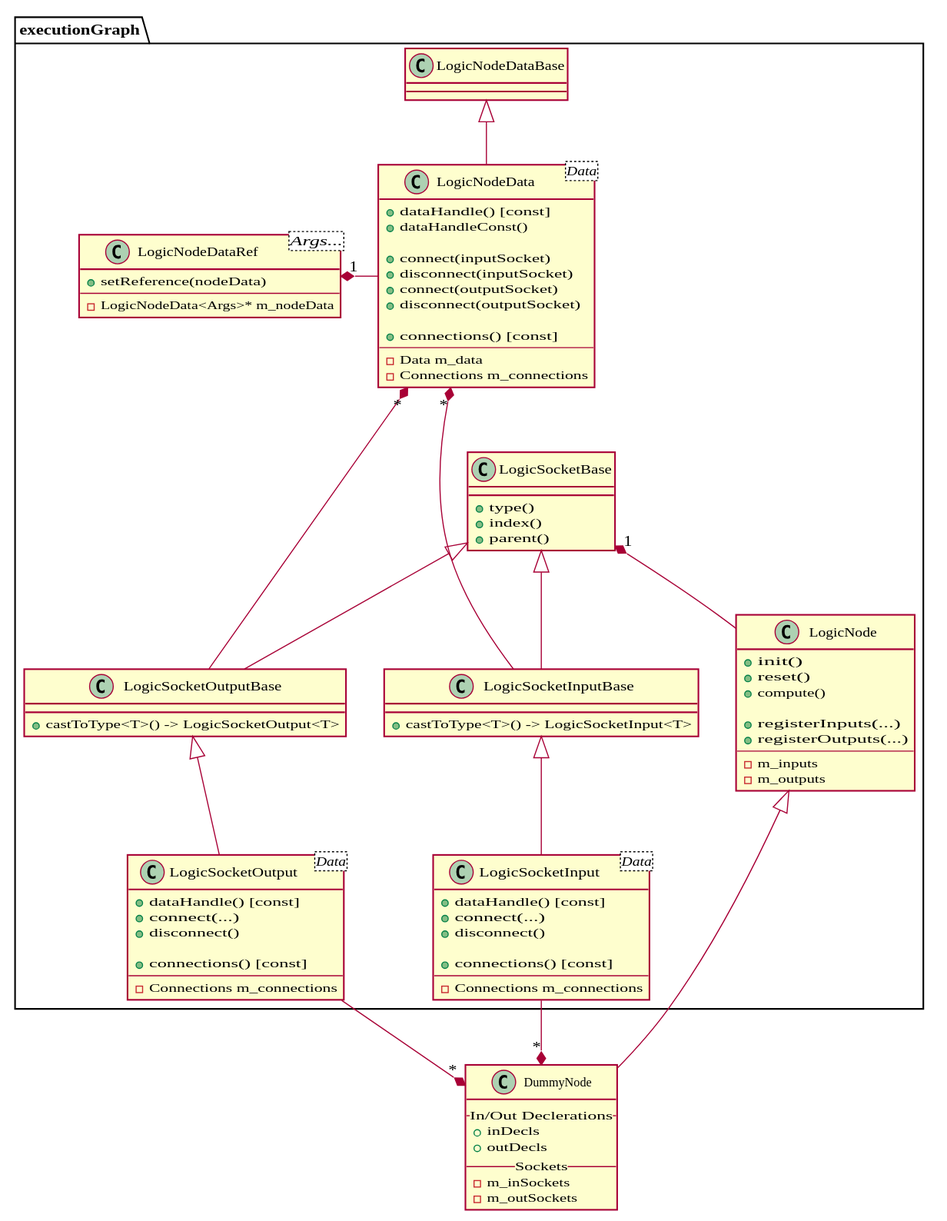
This is docs/design/core.svg from gabyx/ExecutionGraph, a PlantUML export, as it was before one commit. Its diagram source:
```plantuml
@startuml core
set namespaceSeparator ::
skinparam shadowing false
skinparam defaultFontName "Fira Code"

class DummyNode{
    --  In/Out Declerations --
    + inDecls
    + outDecls
    -- Sockets --
    - m_inSockets
    - m_outSockets
}

namespace executionGraph{

    class LogicNode{
        + init()
        + reset()
        + compute()

        + registerInputs(...)
        + registerOutputs(...)
        --
        - m_inputs
        - m_outputs
    }

    class LogicSocketInput<Data> {
        + dataHandle() [const]
        + connect(...)
        + disconnect()

        + connections() [const]
        --
        - Connections m_connections
    }

    class LogicSocketOutput<Data> {
        + dataHandle() [const]
        + connect(...)
        + disconnect()

        + connections() [const]
        --
        - Connections m_connections
    }

    class LogicSocketBase {
        + type()
        + index()
        + parent()
    }

    class LogicSocketInputBase {
        + castToType<T>() -> LogicSocketInput<T>
    }

    class LogicSocketOutputBase {
        + castToType<T>() -> LogicSocketOutput<T>
    }

    class LogicNodeData<Data>{
        + dataHandle() [const]
        + dataHandleConst()

        + connect(inputSocket)
        + disconnect(inputSocket)
        + connect(outputSocket)
        + disconnect(outputSocket)

        + connections() [const]
        --
        - Data m_data
        - Connections m_connections
    }

    class LogicNodeDataRef<Args...>{
        + setReference(nodeData)
        --
        - LogicNodeData<Args>* m_nodeData
    }

    class LogicNodeDataBase{

    }
}

DummyNode -up-|> executionGraph::LogicNode

executionGraph::LogicSocketInput -up-|> executionGraph::LogicSocketInputBase
executionGraph::LogicSocketOutput -up-|> executionGraph::LogicSocketOutputBase

executionGraph::LogicSocketInputBase -up-|> executionGraph::LogicSocketBase
executionGraph::LogicSocketOutputBase -up-|> executionGraph::LogicSocketBase
executionGraph::LogicSocketBase -[hidden]-> executionGraph::LogicNodeData
executionGraph::LogicSocketBase -up[hidden]-> executionGraph::LogicNodeData


DummyNode "*" *-up- executionGraph::LogicSocketInput
DummyNode "*" *-up- executionGraph::LogicSocketOutput

executionGraph::LogicSocketBase "1" *-down- executionGraph::LogicNode

executionGraph::LogicNodeData -up-|>  executionGraph::LogicNodeDataBase

executionGraph::LogicNodeData "*" *-down- executionGraph::LogicSocketInputBase
executionGraph::LogicNodeData "*" *-down- executionGraph::LogicSocketOutputBase

executionGraph::LogicNodeData -right-* "1" executionGraph::LogicNodeDataRef

@enduml
```
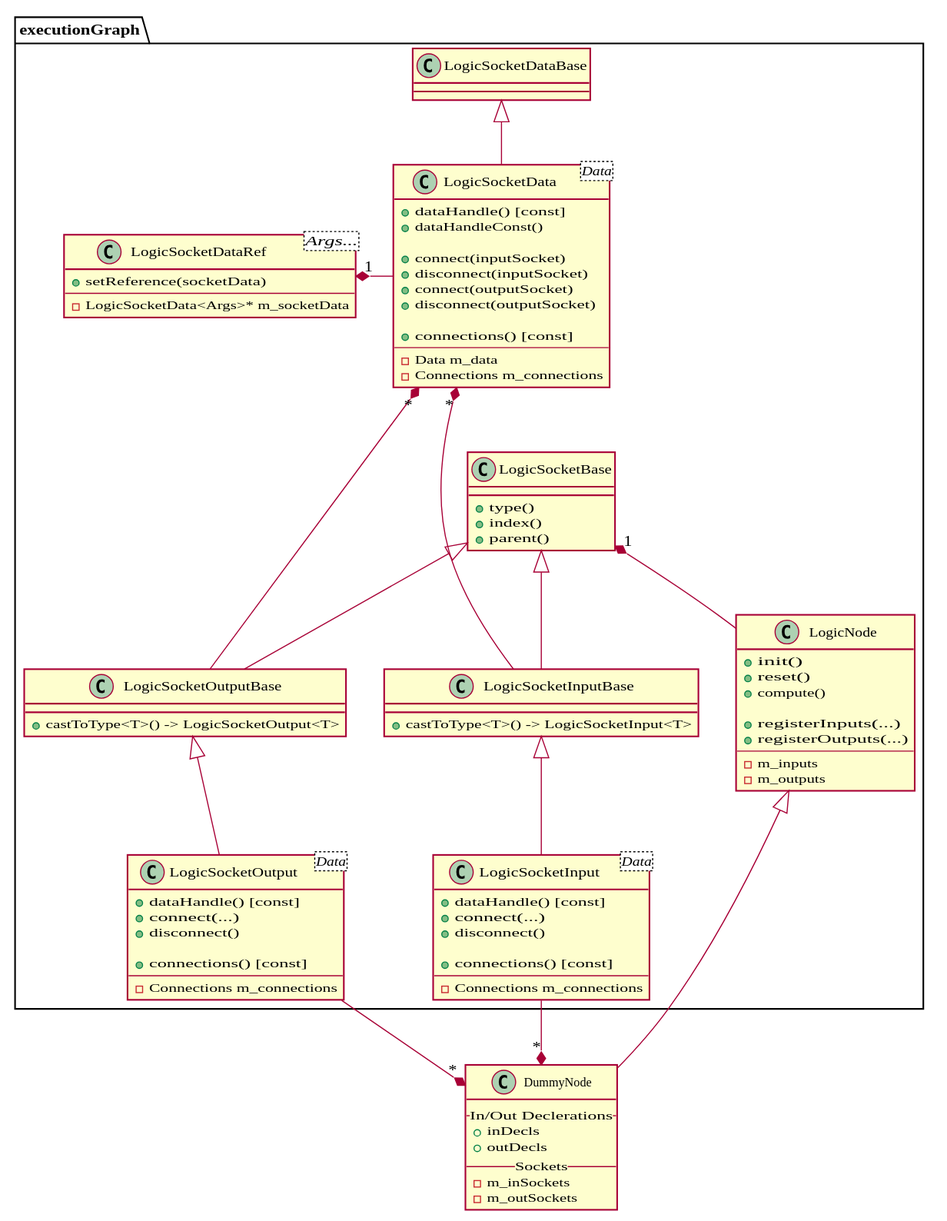
After the change.

Diff of the diagram source:
```diff
@@ -60,7 +60,7 @@
         + castToType<T>() -> LogicSocketOutput<T>
     }
 
-    class LogicNodeData<Data>{
+    class LogicSocketData<Data>{
         + dataHandle() [const]
         + dataHandleConst()
 
@@ -75,13 +75,13 @@
         - Connections m_connections
     }
 
-    class LogicNodeDataRef<Args...>{
-        + setReference(nodeData)
+    class LogicSocketDataRef<Args...>{
+        + setReference(socketData)
         --
-        - LogicNodeData<Args>* m_nodeData
+        - LogicSocketData<Args>* m_socketData
     }
 
-    class LogicNodeDataBase{
+    class LogicSocketDataBase{
 
     }
 }
@@ -93,8 +93,8 @@
 
 executionGraph::LogicSocketInputBase -up-|> executionGraph::LogicSocketBase
 executionGraph::LogicSocketOutputBase -up-|> executionGraph::LogicSocketBase
-executionGraph::LogicSocketBase -[hidden]-> executionGraph::LogicNodeData
-executionGraph::LogicSocketBase -up[hidden]-> executionGraph::LogicNodeData
+executionGraph::LogicSocketBase -[hidden]-> executionGraph::LogicSocketData
+executionGraph::LogicSocketBase -up[hidden]-> executionGraph::LogicSocketData
 
 
 DummyNode "*" *-up- executionGraph::LogicSocketInput
@@ -102,11 +102,11 @@
 
 executionGraph::LogicSocketBase "1" *-down- executionGraph::LogicNode
 
-executionGraph::LogicNodeData -up-|>  executionGraph::LogicNodeDataBase
+executionGraph::LogicSocketData -up-|>  executionGraph::LogicSocketDataBase
 
-executionGraph::LogicNodeData "*" *-down- executionGraph::LogicSocketInputBase
-executionGraph::LogicNodeData "*" *-down- executionGraph::LogicSocketOutputBase
+executionGraph::LogicSocketData "*" *-down- executionGraph::LogicSocketInputBase
+executionGraph::LogicSocketData "*" *-down- executionGraph::LogicSocketOutputBase
 
-executionGraph::LogicNodeData -right-* "1" executionGraph::LogicNodeDataRef
+executionGraph::LogicSocketData -right-* "1" executionGraph::LogicSocketDataRef
 
 @enduml
```
